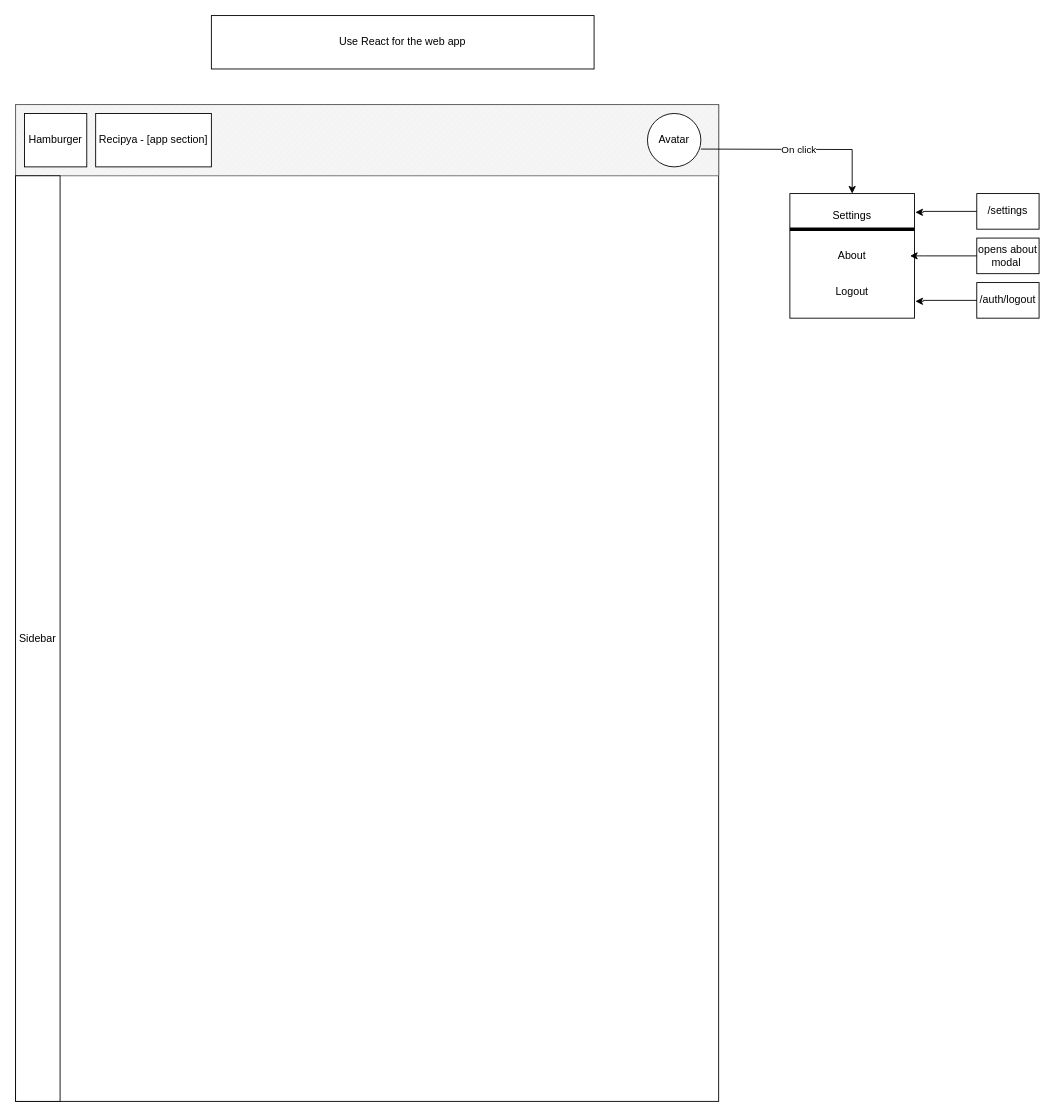
This is page "Home (signed in)" (2 of 3) of diagrams/webapp.drawio from reaper47/recipya, a draw.io file, before an edit. Source tidied: cells renumbered, new cells numbered last; positions are measured from the earlier drawing's top-left corner, leaving out a move shared by most shapes. Both pictures are drawn from the tidied source at 89%, with x=0, y=0 at pixel (15, 15).
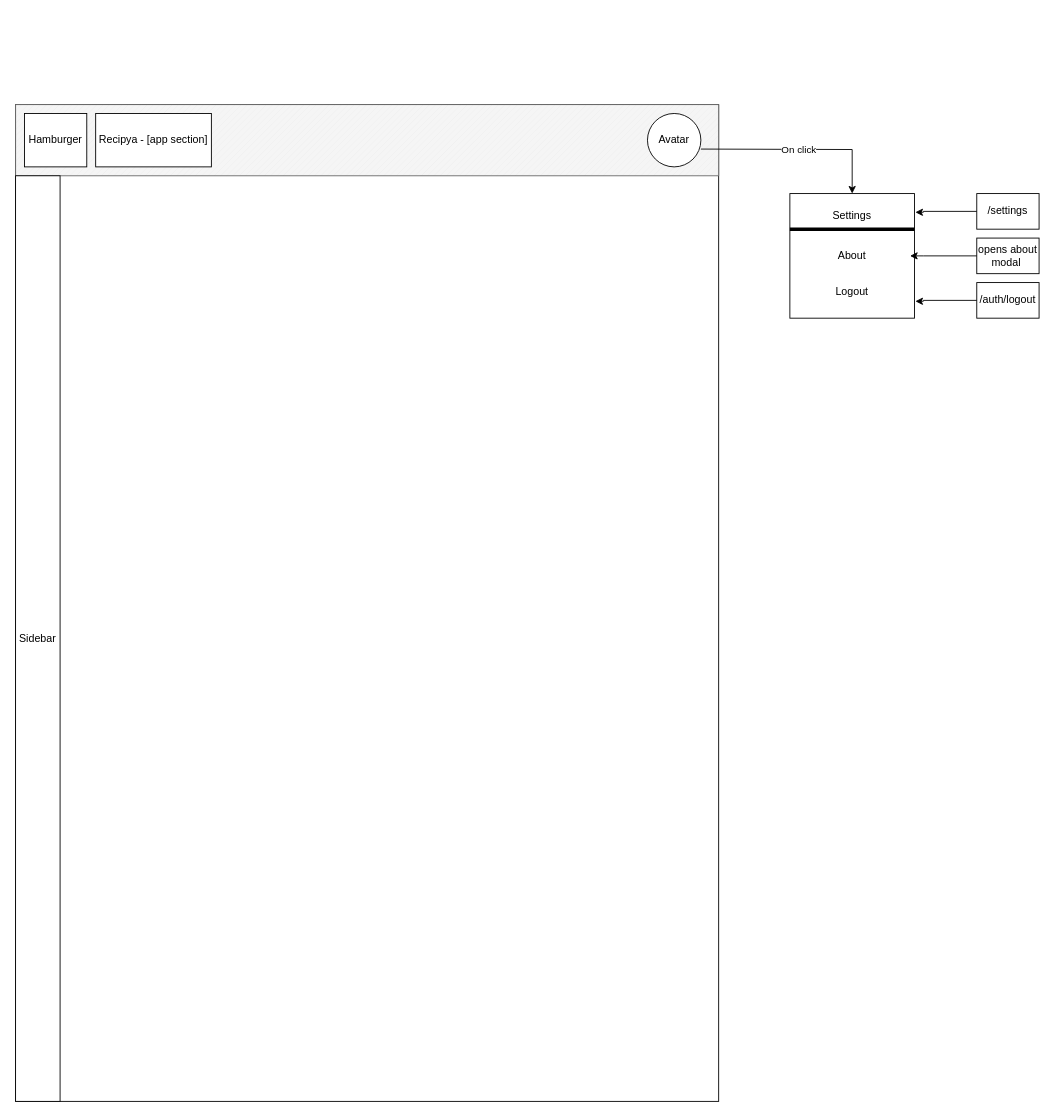
Above is the later version.

The edit, as a diff of the source:
```diff
@@
-    <mxCell id="6" value="Use React for the web app" style="rounded=0;whiteSpace=wrap;html=1;" parent="1" vertex="1">
-      <mxGeometry x="220" width="430" height="60" as="geometry" />
-    </mxCell>
```
